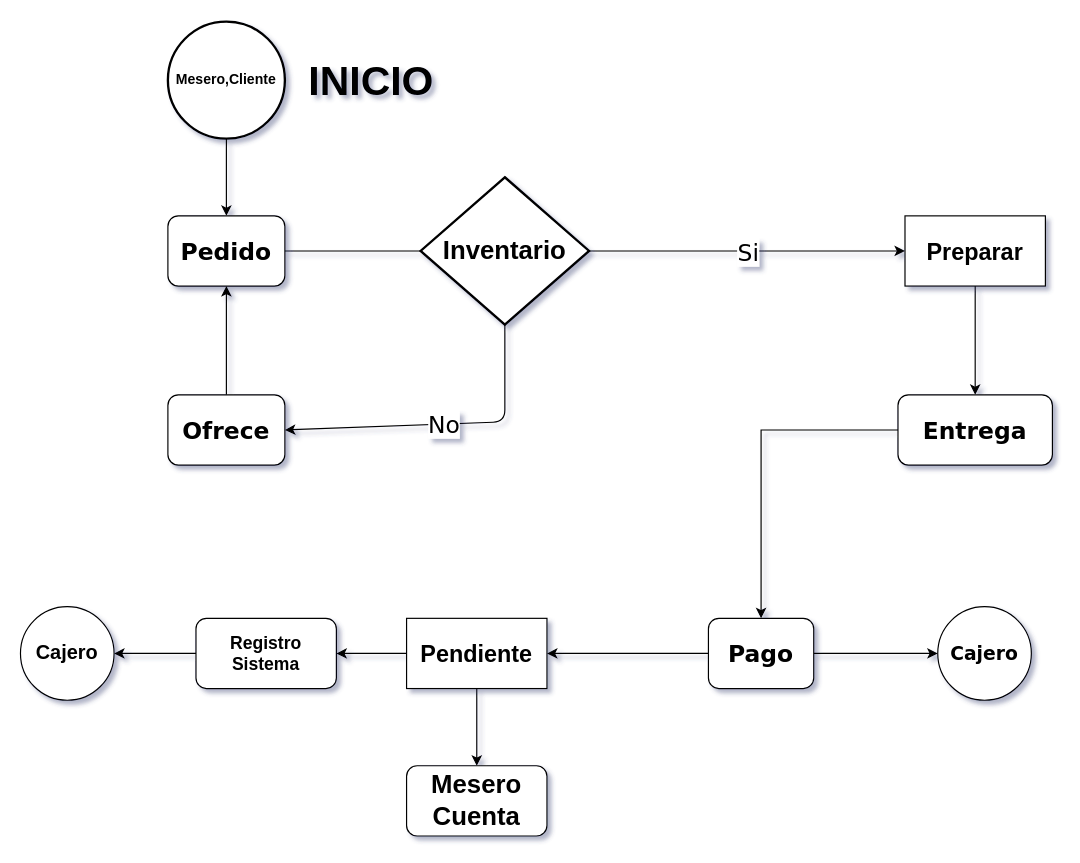
Above: page "BAR" (2 of 4) of DiagramaActividad.drawio in BROC95/JJB_sw (draw.io), before the change. Source tidied: cells renumbered, new cells numbered last; positions are measured from the earlier drawing's top-left corner, leaving out a move shared by most shapes. Both pictures are drawn from the tidied source at 117%, with x=0, y=0 at pixel (20, 21).
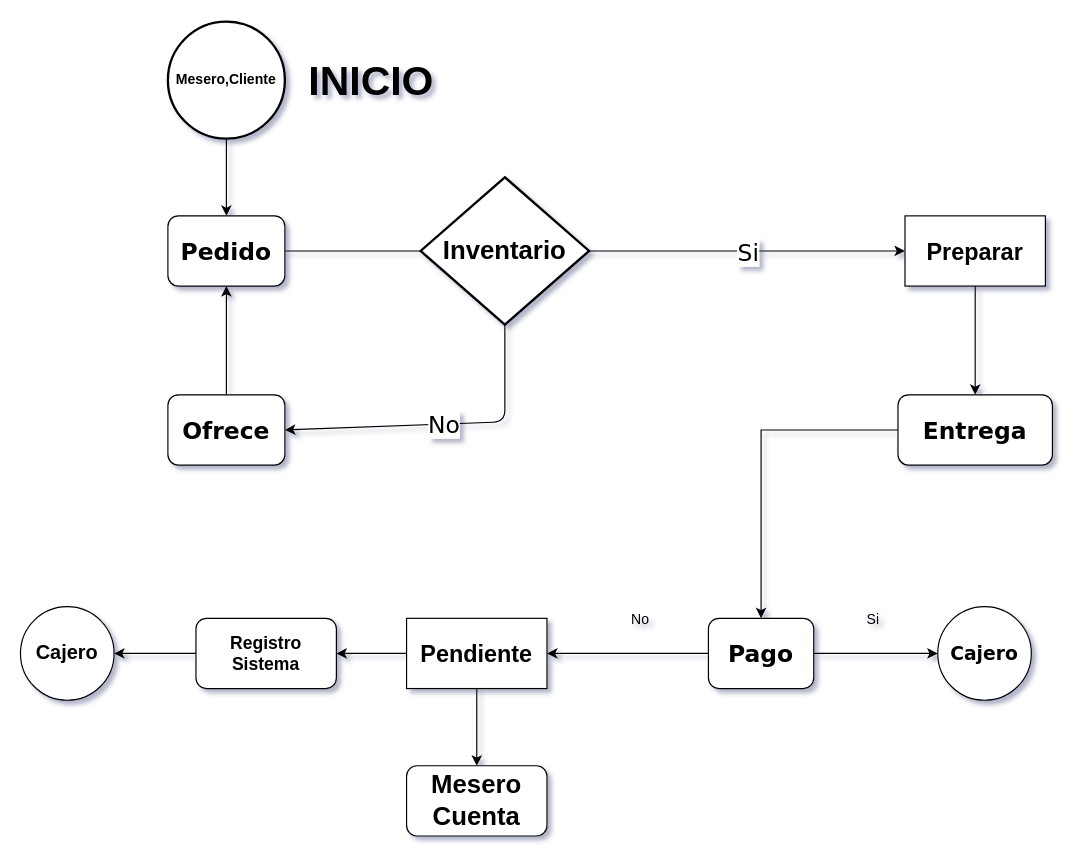
The same diagram, later.

Commit message (it also covers changes not shown here):
Actualizar Bartender DiagramaActividad.drawio

What changed in the source:
```diff
@@
+    <mxCell id="29" value="No" style="text;html=1;strokeColor=none;fillColor=none;align=center;verticalAlign=middle;whiteSpace=wrap;rounded=0;" parent="1" vertex="1">
+      <mxGeometry x="500" y="496" width="60" height="30" as="geometry" />
+    </mxCell>
+    <mxCell id="30" value="Si" style="text;html=1;strokeColor=none;fillColor=none;align=center;verticalAlign=middle;whiteSpace=wrap;rounded=0;" parent="1" vertex="1">
+      <mxGeometry x="699" y="496" width="60" height="30" as="geometry" />
+    </mxCell>
```
